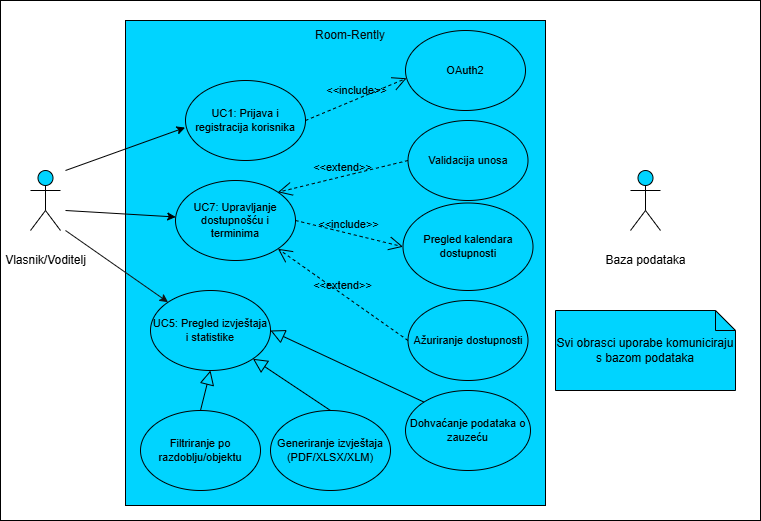
Earlier version of the draw.io export Dokumentacija/Dijagrami/Slike/Dijagram obrazaca uporabe Vlasnik Voditelj.drawio.png (JosipMrakovcic/Room-Rently). Source tidied: cells renumbered, new cells last; positions are measured from the earlier drawing's top-left corner, leaving out a move shared by most shapes.
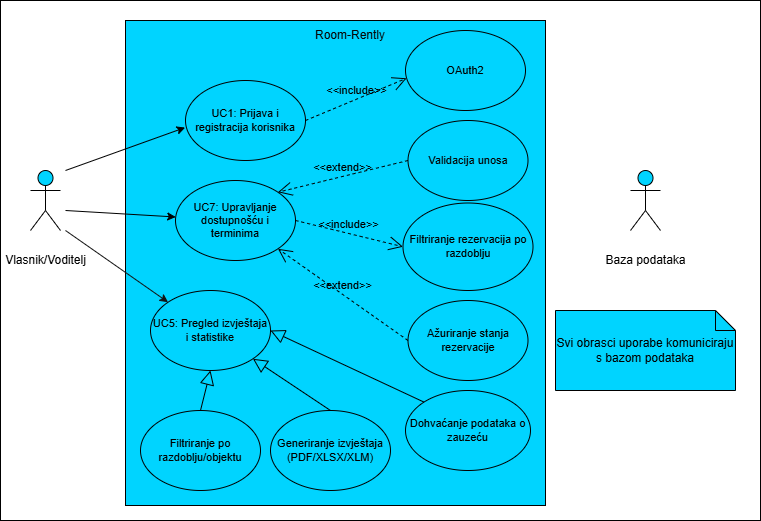
After the commit.

Commit message:
Popravljeni Dijagram obrazaca uporabe Vlasnik Voditelj

The edit, as a diff of the source:
```diff
@@ -62,10 +62,10 @@
     <mxCell id="19" value="&lt;font style=&quot;color: light-dark(rgb(0, 0, 0), rgb(7, 7, 7));&quot;&gt;Room-Rently&lt;/font&gt;" style="text;html=1;whiteSpace=wrap;strokeColor=none;fillColor=none;align=center;verticalAlign=middle;rounded=0;" parent="1" vertex="1">
       <mxGeometry x="295" y="20" width="110" height="30" as="geometry" />
     </mxCell>
-    <mxCell id="20" value="Pregled kalendara dostupnosti" style="ellipse;whiteSpace=wrap;html=1;strokeColor=light-dark(#000000,#000000);align=center;verticalAlign=middle;fontFamily=Helvetica;fontSize=11;fontColor=light-dark(#000000,#000000);fillColor=none;" parent="1" vertex="1">
+    <mxCell id="20" value="Filtriranje rezervacija po razdoblju" style="ellipse;whiteSpace=wrap;html=1;strokeColor=light-dark(#000000,#000000);align=center;verticalAlign=middle;fontFamily=Helvetica;fontSize=11;fontColor=light-dark(#000000,#000000);fillColor=none;" parent="1" vertex="1">
       <mxGeometry x="402.5" y="202.5" width="130" height="87.5" as="geometry" />
     </mxCell>
-    <mxCell id="21" value="Ažuriranje dostupnosti" style="ellipse;whiteSpace=wrap;html=1;strokeColor=light-dark(#000000,#000000);align=center;verticalAlign=middle;fontFamily=Helvetica;fontSize=11;fontColor=light-dark(#000000,#000000);fillColor=none;" parent="1" vertex="1">
+    <mxCell id="21" value="Ažuriranje stanja rezervacije" style="ellipse;whiteSpace=wrap;html=1;strokeColor=light-dark(#000000,#000000);align=center;verticalAlign=middle;fontFamily=Helvetica;fontSize=11;fontColor=light-dark(#000000,#000000);fillColor=none;" parent="1" vertex="1">
       <mxGeometry x="407.5" y="300" width="120" height="80" as="geometry" />
     </mxCell>
     <mxCell id="22" value="&amp;lt;&amp;lt;include&amp;gt;&amp;gt;" style="endArrow=open;dashed=1;endFill=0;endSize=12;html=1;rounded=0;entryX=0.009;entryY=0.597;entryDx=0;entryDy=0;fontSize=11;strokeColor=light-dark(#000000,#000000);exitX=1;exitY=0.5;exitDx=0;exitDy=0;labelBackgroundColor=none;fontColor=light-dark(#000000,#000000);align=center;verticalAlign=bottom;entryPerimeter=0;" parent="1" edge="1" source="7" target="14">
```
